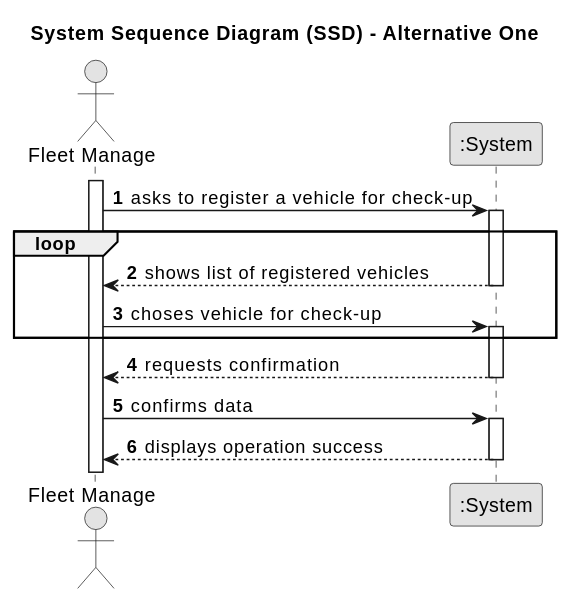
diogoveirospro/lei-24-s2-1dg-g072 keeps this PlantUML diagram as docs/sprintB/us007/01.requirements-engineering/svg/us007-system-sequence-diagram-alternative-one.svg. Above is the earlier version.
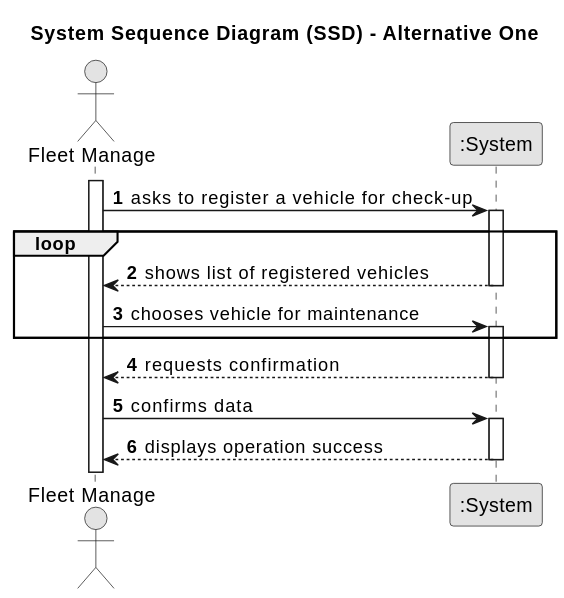
Later version of the same file.

Change to the diagram source:
```diff
@@ -19,7 +19,7 @@
         System --> Employee : shows list of registered vehicles
     deactivate System
 
-    Employee -> System : choses vehicle for check-up
+    Employee -> System : chooses vehicle for maintenance
     activate System
     end
         System --> Employee : requests confirmation
```
